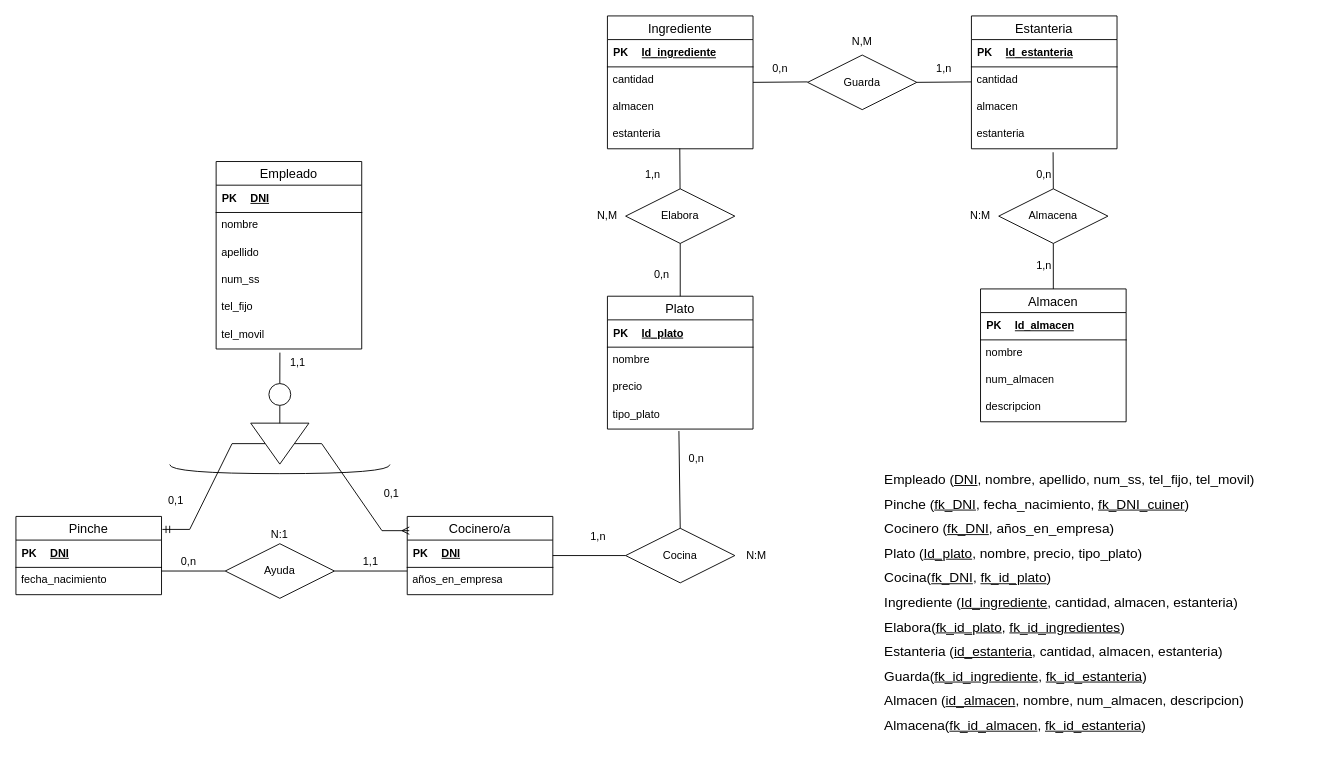
This is Ejercicio13.drawio from Daninuro/diagrames-cvf-dn-mpl-n-11102023, a draw.io file, before an edit. Source tidied: cells renumbered, new cells numbered last; positions are measured from the earlier drawing's top-left corner, leaving out a move shared by most shapes. Both pictures are drawn from the tidied source at 91%, with x=0, y=0 at pixel (15, 15).
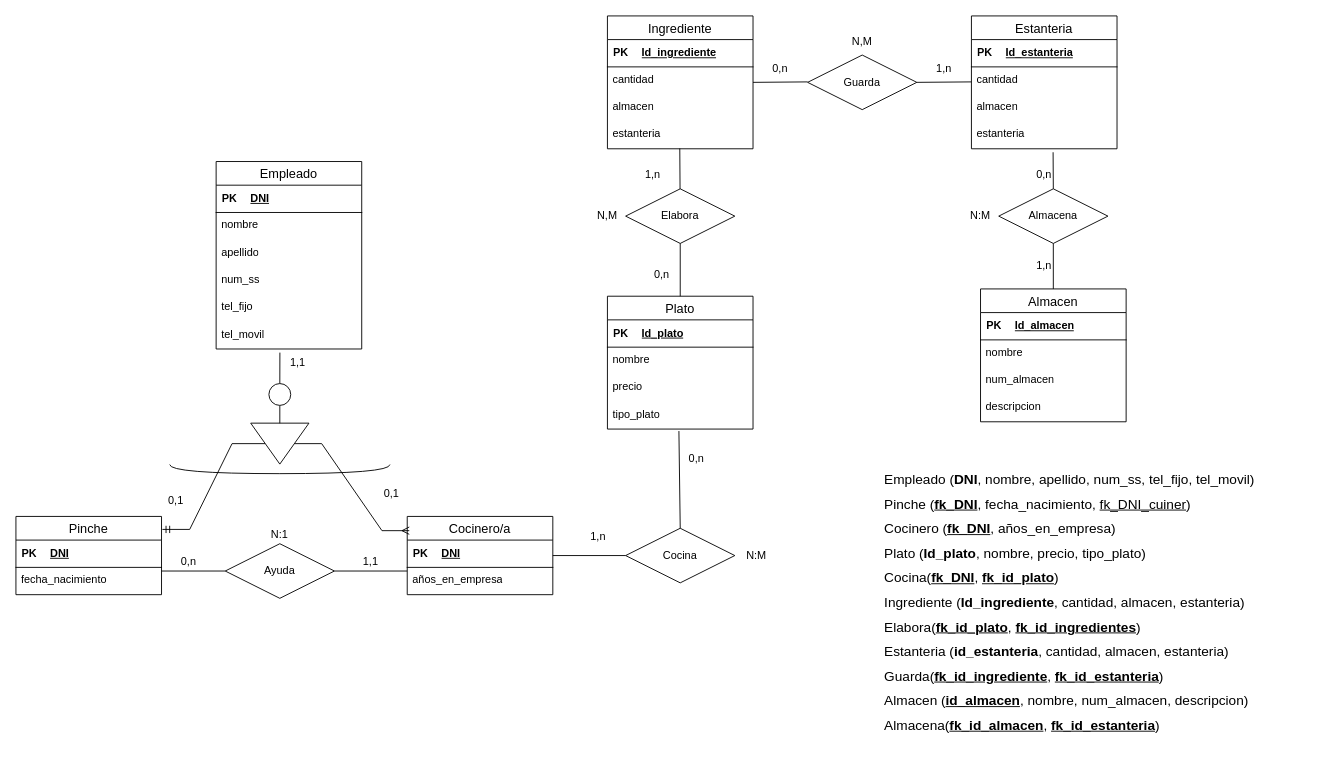
The same diagram, later.

What changed in the source:
```diff
@@
-    <mxCell id="92" value="&lt;div style=&quot;text-align: justify; line-height: 180%; font-size: 15px;&quot;&gt;&lt;span style=&quot;background-color: initial;&quot;&gt;&lt;font style=&quot;font-size: 15px;&quot;&gt;Empleado (&lt;u style=&quot;&quot;&gt;DNI&lt;/u&gt;, nombre, apellido, num_ss, tel_fijo, tel_movil)&lt;/font&gt;&lt;/span&gt;&lt;/div&gt;&lt;div style=&quot;text-align: justify; line-height: 180%; font-size: 15px;&quot;&gt;&lt;span style=&quot;background-color: initial;&quot;&gt;&lt;font style=&quot;font-size: 15px;&quot;&gt;Pinche (&lt;u&gt;fk_DNI&lt;/u&gt;, fecha_nacimiento, &lt;u&gt;fk_DNI_cuiner&lt;/u&gt;)&lt;/font&gt;&lt;/span&gt;&lt;/div&gt;&lt;div style=&quot;text-align: justify; line-height: 180%; font-size: 15px;&quot;&gt;&lt;span style=&quot;background-color: initial;&quot;&gt;&lt;font style=&quot;font-size: 15px;&quot;&gt;Cocinero (&lt;u&gt;fk_DNI&lt;/u&gt;, años_en_empresa)&lt;/font&gt;&lt;/span&gt;&lt;/div&gt;&lt;div style=&quot;text-align: justify; line-height: 180%; font-size: 15px;&quot;&gt;&lt;span style=&quot;background-color: initial;&quot;&gt;&lt;font style=&quot;font-size: 15px;&quot;&gt;Plato (&lt;u&gt;Id_plato&lt;/u&gt;, nombre, precio, tipo_plato)&lt;/font&gt;&lt;/span&gt;&lt;/div&gt;&lt;div style=&quot;text-align: justify; line-height: 180%; font-size: 15px;&quot;&gt;&lt;font style=&quot;font-size: 15px;&quot;&gt;Cocina(&lt;u style=&quot;border-color: var(--border-color);&quot;&gt;fk_DNI&lt;/u&gt;,&amp;nbsp;&lt;u style=&quot;border-color: var(--border-color);&quot;&gt;fk_id_plato&lt;/u&gt;)&lt;/font&gt;&lt;/div&gt;&lt;div style=&quot;text-align: justify; line-height: 180%; font-size: 15px;&quot;&gt;&lt;span style=&quot;background-color: initial;&quot;&gt;&lt;font style=&quot;font-size: 15px;&quot;&gt;Ingrediente (&lt;u&gt;Id_ingrediente&lt;/u&gt;, cantidad, almacen, estanteria)&lt;/font&gt;&lt;/span&gt;&lt;/div&gt;&lt;div style=&quot;text-align: justify; line-height: 180%; font-size: 15px;&quot;&gt;&lt;font style=&quot;font-size: 15px;&quot;&gt;Elabora(&lt;u&gt;fk_id_plato&lt;/u&gt;, &lt;u&gt;fk_id_ingredientes&lt;/u&gt;)&lt;span style=&quot;background-color: initial;&quot;&gt;&lt;font style=&quot;font-size: 15px;&quot;&gt;&lt;br&gt;&lt;/font&gt;&lt;/span&gt;&lt;/font&gt;&lt;/div&gt;&lt;div style=&quot;text-align: justify; line-height: 180%; font-size: 15px;&quot;&gt;&lt;span style=&quot;background-color: initial;&quot;&gt;&lt;font style=&quot;font-size: 15px;&quot;&gt;Estanteria (&lt;u&gt;id_estanteria&lt;/u&gt;, cantidad, almacen, estanteria)&lt;/font&gt;&lt;/span&gt;&lt;/div&gt;&lt;div style=&quot;text-align: justify; line-height: 180%; font-size: 15px;&quot;&gt;&lt;span style=&quot;background-color: initial;&quot;&gt;&lt;font style=&quot;font-size: 15px;&quot;&gt;Guarda(&lt;u&gt;fk_id_ingrediente&lt;/u&gt;, &lt;u&gt;fk_id_estanteria&lt;/u&gt;)&lt;/font&gt;&lt;/span&gt;&lt;/div&gt;&lt;div style=&quot;text-align: justify; line-height: 180%; font-size: 15px;&quot;&gt;&lt;span style=&quot;background-color: initial;&quot;&gt;&lt;font style=&quot;font-size: 15px;&quot;&gt;Almacen (&lt;u&gt;id_almacen&lt;/u&gt;, nombre, num_almacen, descripcion)&lt;/font&gt;&lt;/span&gt;&lt;/div&gt;&lt;div style=&quot;text-align: justify; line-height: 180%; font-size: 15px;&quot;&gt;&lt;span style=&quot;background-color: initial;&quot;&gt;&lt;font style=&quot;font-size: 15px;&quot;&gt;Almacena(&lt;u style=&quot;&quot;&gt;fk_id_almacen&lt;/u&gt;, &lt;u style=&quot;&quot;&gt;fk_id_estanteria&lt;/u&gt;)&lt;/font&gt;&lt;/span&gt;&lt;/div&gt;" style="text;html=1;strokeColor=none;fillColor=none;align=center;verticalAlign=middle;whiteSpace=wrap;rounded=0;" parent="1" vertex="1">
+    <mxCell id="92" value="&lt;div style=&quot;text-align: justify; line-height: 180%; font-size: 15px;&quot;&gt;&lt;span style=&quot;background-color: initial;&quot;&gt;&lt;font style=&quot;font-size: 15px;&quot;&gt;Empleado (&lt;b style=&quot;&quot;&gt;DNI&lt;/b&gt;, nombre, apellido, num_ss, tel_fijo, tel_movil)&lt;/font&gt;&lt;/span&gt;&lt;/div&gt;&lt;div style=&quot;text-align: justify; line-height: 180%; font-size: 15px;&quot;&gt;&lt;span style=&quot;background-color: initial;&quot;&gt;&lt;font style=&quot;font-size: 15px;&quot;&gt;Pinche (&lt;u&gt;&lt;b&gt;fk_DNI&lt;/b&gt;&lt;/u&gt;, fecha_nacimiento, &lt;u&gt;fk_DNI_cuiner&lt;/u&gt;)&lt;/font&gt;&lt;/span&gt;&lt;/div&gt;&lt;div style=&quot;text-align: justify; line-height: 180%; font-size: 15px;&quot;&gt;&lt;span style=&quot;background-color: initial;&quot;&gt;&lt;font style=&quot;font-size: 15px;&quot;&gt;Cocinero (&lt;u&gt;&lt;b&gt;fk_DNI&lt;/b&gt;&lt;/u&gt;, años_en_empresa)&lt;/font&gt;&lt;/span&gt;&lt;/div&gt;&lt;div style=&quot;text-align: justify; line-height: 180%; font-size: 15px;&quot;&gt;&lt;span style=&quot;background-color: initial;&quot;&gt;&lt;font style=&quot;font-size: 15px;&quot;&gt;Plato (&lt;b&gt;Id_plato&lt;/b&gt;, nombre, precio, tipo_plato)&lt;/font&gt;&lt;/span&gt;&lt;/div&gt;&lt;div style=&quot;text-align: justify; line-height: 180%; font-size: 15px;&quot;&gt;&lt;font style=&quot;font-size: 15px;&quot;&gt;Cocina(&lt;u style=&quot;border-color: var(--border-color);&quot;&gt;&lt;b&gt;fk_DNI&lt;/b&gt;&lt;/u&gt;,&amp;nbsp;&lt;u style=&quot;border-color: var(--border-color);&quot;&gt;&lt;b&gt;fk_id_plato&lt;/b&gt;&lt;/u&gt;)&lt;/font&gt;&lt;/div&gt;&lt;div style=&quot;text-align: justify; line-height: 180%; font-size: 15px;&quot;&gt;&lt;span style=&quot;background-color: initial;&quot;&gt;&lt;font style=&quot;font-size: 15px;&quot;&gt;Ingrediente (&lt;b&gt;Id_ingrediente&lt;/b&gt;, cantidad, almacen, estanteria)&lt;/font&gt;&lt;/span&gt;&lt;/div&gt;&lt;div style=&quot;text-align: justify; line-height: 180%; font-size: 15px;&quot;&gt;&lt;font style=&quot;font-size: 15px;&quot;&gt;Elabora(&lt;u&gt;&lt;b&gt;fk_id_plato&lt;/b&gt;&lt;/u&gt;, &lt;u&gt;&lt;b&gt;fk_id_ingredientes&lt;/b&gt;&lt;/u&gt;)&lt;span style=&quot;background-color: initial;&quot;&gt;&lt;font style=&quot;font-size: 15px;&quot;&gt;&lt;br&gt;&lt;/font&gt;&lt;/span&gt;&lt;/font&gt;&lt;/div&gt;&lt;div style=&quot;text-align: justify; line-height: 180%; font-size: 15px;&quot;&gt;&lt;span style=&quot;background-color: initial;&quot;&gt;&lt;font style=&quot;font-size: 15px;&quot;&gt;Estanteria (&lt;b&gt;id_estanteria&lt;/b&gt;, cantidad, almacen, estanteria)&lt;/font&gt;&lt;/span&gt;&lt;/div&gt;&lt;div style=&quot;text-align: justify; line-height: 180%; font-size: 15px;&quot;&gt;&lt;span style=&quot;background-color: initial;&quot;&gt;&lt;font style=&quot;font-size: 15px;&quot;&gt;Guarda(&lt;u&gt;&lt;b&gt;fk_id_ingrediente&lt;/b&gt;&lt;/u&gt;, &lt;u&gt;&lt;b&gt;fk_id_estanteria&lt;/b&gt;&lt;/u&gt;)&lt;/font&gt;&lt;/span&gt;&lt;/div&gt;&lt;div style=&quot;text-align: justify; line-height: 180%; font-size: 15px;&quot;&gt;&lt;span style=&quot;background-color: initial;&quot;&gt;&lt;font style=&quot;font-size: 15px;&quot;&gt;Almacen (&lt;u&gt;&lt;b&gt;id_almacen&lt;/b&gt;&lt;/u&gt;, nombre, num_almacen, descripcion)&lt;/font&gt;&lt;/span&gt;&lt;/div&gt;&lt;div style=&quot;text-align: justify; line-height: 180%; font-size: 15px;&quot;&gt;&lt;span style=&quot;background-color: initial;&quot;&gt;&lt;font style=&quot;font-size: 15px;&quot;&gt;Almacena(&lt;u style=&quot;&quot;&gt;&lt;b&gt;fk_id_almacen&lt;/b&gt;&lt;/u&gt;, &lt;u style=&quot;&quot;&gt;&lt;b&gt;fk_id_estanteria&lt;/b&gt;&lt;/u&gt;)&lt;/font&gt;&lt;/span&gt;&lt;/div&gt;" style="text;html=1;strokeColor=none;fillColor=none;align=center;verticalAlign=middle;whiteSpace=wrap;rounded=0;" parent="1" vertex="1">
       <mxGeometry x="877" y="486" width="562" height="315" as="geometry" />
     </mxCell>
```
